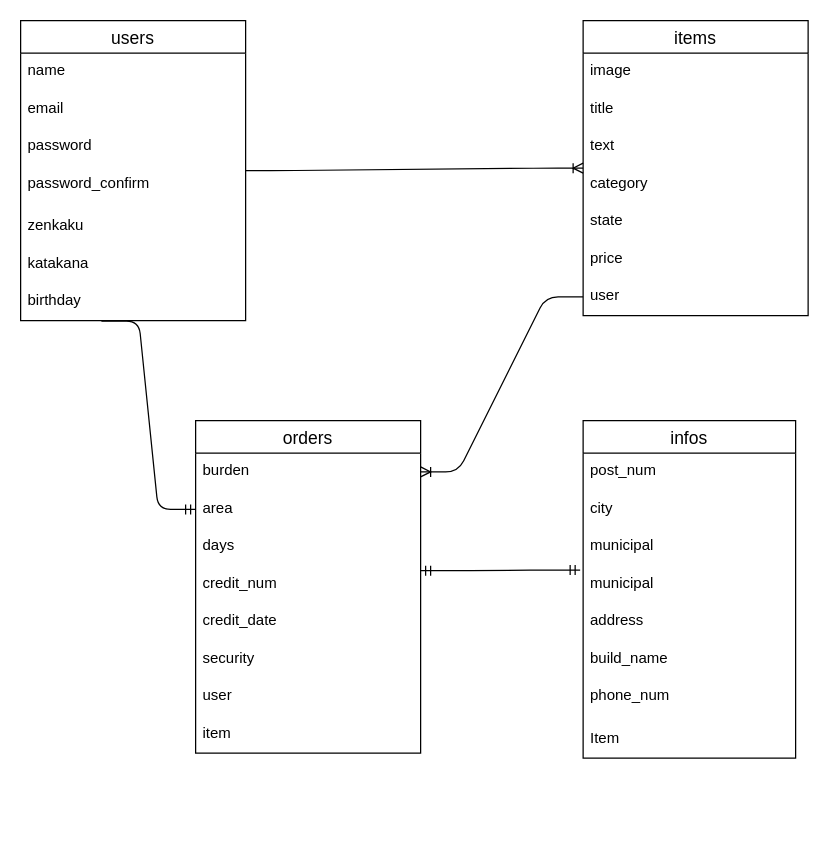
This is test.dio from fmnature/furima-33540, a draw.io file, before an edit. Source tidied: cells renumbered, new cells numbered last; positions are measured from the earlier drawing's top-left corner, leaving out a move shared by most shapes. Both pictures are drawn from the tidied source at 125%, with x=0, y=0 at pixel (20, 20).
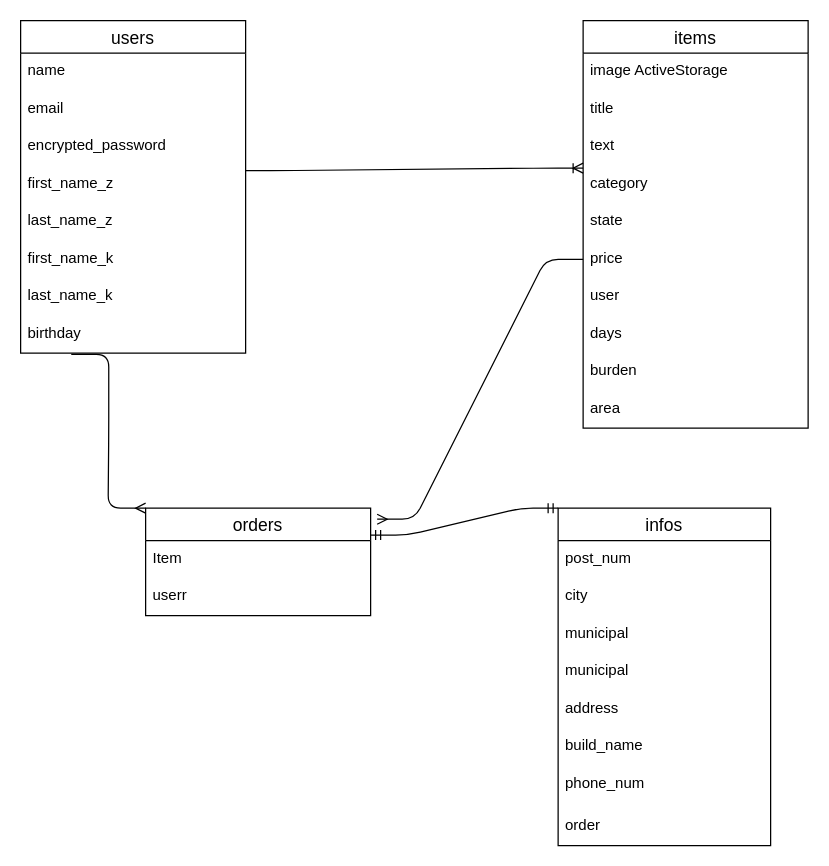
The same page after the edit.

Commit message (it also covers changes not shown here):
データベース修正１

Unchanged cells that the change refers to:
```xml
<mxCell id="8" value="price" style="text;strokeColor=none;fillColor=none;spacingLeft=4;spacingRight=4;overflow=hidden;points=[[0,0.5],[1,0.5]];portConstraint=eastwest;fontSize=12;" parent="2" vertex="1">
  <mxGeometry y="176" width="180" height="30" as="geometry" />
</mxCell>
<mxCell id="31" value="municipal" style="text;strokeColor=none;fillColor=none;spacingLeft=4;spacingRight=4;overflow=hidden;points=[[0,0.5],[1,0.5]];portConstraint=eastwest;fontSize=12;" parent="27" vertex="1">
  <mxGeometry y="116" width="170" height="30" as="geometry" />
</mxCell>
```

The edit, as a diff of the source:
```diff
@@
     <mxCell id="2" value="items" style="swimlane;fontStyle=0;horizontal=1;startSize=26;align=center;fontSize=14;" parent="1" vertex="1">
-      <mxGeometry x="450" width="180" height="236" as="geometry" />
+      <mxGeometry x="450" width="180" height="326" as="geometry" />
     </mxCell>
-    <mxCell id="3" value="image" style="text;strokeColor=none;fillColor=none;spacingLeft=4;spacingRight=4;overflow=hidden;fontSize=12;" parent="2" vertex="1">
+    <mxCell id="3" value="image ActiveStorage" style="text;strokeColor=none;fillColor=none;spacingLeft=4;spacingRight=4;overflow=hidden;fontSize=12;" parent="2" vertex="1">
       <mxGeometry y="26" width="180" height="30" as="geometry" />
     </mxCell>
@@
-    <mxCell id="9" value="user" style="text;strokeColor=none;fillColor=none;spacingLeft=4;spacingRight=4;overflow=hidden;points=[[0,0.5],[1,0.5]];portConstraint=eastwest;fontSize=12;" parent="2" vertex="1">
-      <mxGeometry y="206" width="180" height="30" as="geometry" />
-    </mxCell>
+    <mxCell id="25" value="user" style="text;strokeColor=none;fillColor=none;spacingLeft=4;spacingRight=4;overflow=hidden;fontSize=12;" parent="2" vertex="1">
+      <mxGeometry y="206" width="180" height="30" as="geometry" />
+    </mxCell>
+    <mxCell id="21" value="days" style="text;strokeColor=none;fillColor=none;spacingLeft=4;spacingRight=4;overflow=hidden;fontSize=12;" parent="2" vertex="1">
+      <mxGeometry y="236" width="180" height="30" as="geometry" />
+    </mxCell>
+    <mxCell id="19" value="burden" style="text;strokeColor=none;fillColor=none;spacingLeft=4;spacingRight=4;overflow=hidden;points=[[0,0.5],[1,0.5]];portConstraint=eastwest;fontSize=12;" parent="2" vertex="1">
+      <mxGeometry y="266" width="180" height="30" as="geometry" />
+    </mxCell>
+    <mxCell id="20" value="area" style="text;strokeColor=none;fillColor=none;spacingLeft=4;spacingRight=4;overflow=hidden;points=[[0,0.5],[1,0.5]];portConstraint=eastwest;fontSize=12;" parent="2" vertex="1">
+      <mxGeometry y="296" width="180" height="30" as="geometry" />
+    </mxCell>
     <mxCell id="10" value="users" style="swimlane;fontStyle=0;horizontal=1;startSize=26;align=center;fontSize=14;" parent="1" vertex="1">
-      <mxGeometry width="180" height="240" as="geometry" />
+      <mxGeometry width="180" height="266" as="geometry" />
     </mxCell>
@@
-    <mxCell id="13" value="password" style="text;strokeColor=none;fillColor=none;spacingLeft=4;spacingRight=4;overflow=hidden;fontSize=12;" parent="10" vertex="1">
+    <mxCell id="13" value="encrypted_password" style="text;strokeColor=none;fillColor=none;spacingLeft=4;spacingRight=4;overflow=hidden;fontSize=12;" parent="10" vertex="1">
       <mxGeometry y="86" width="180" height="30" as="geometry" />
     </mxCell>
-    <mxCell id="14" value="password_confirm" style="text;strokeColor=none;fillColor=none;spacingLeft=4;spacingRight=4;overflow=hidden;fontSize=12;" parent="10" vertex="1">
-      <mxGeometry y="116" width="180" height="34" as="geometry" />
-    </mxCell>
-    <mxCell id="15" value="zenkaku" style="text;strokeColor=none;fillColor=none;spacingLeft=4;spacingRight=4;overflow=hidden;fontSize=12;" parent="10" vertex="1">
-      <mxGeometry y="150" width="180" height="30" as="geometry" />
+    <mxCell id="15" value="first_name_z" style="text;strokeColor=none;fillColor=none;spacingLeft=4;spacingRight=4;overflow=hidden;fontSize=12;" parent="10" vertex="1">
+      <mxGeometry y="116" width="180" height="30" as="geometry" />
     </mxCell>
-    <mxCell id="16" value="katakana" style="text;strokeColor=none;fillColor=none;spacingLeft=4;spacingRight=4;overflow=hidden;fontSize=12;" parent="10" vertex="1">
-      <mxGeometry y="180" width="180" height="30" as="geometry" />
-    </mxCell>
+    <mxCell id="40" value="last_name_z" style="text;strokeColor=none;fillColor=none;spacingLeft=4;spacingRight=4;overflow=hidden;fontSize=12;" parent="10" vertex="1">
+      <mxGeometry y="146" width="180" height="30" as="geometry" />
+    </mxCell>
+    <mxCell id="41" value="first_name_k" style="text;strokeColor=none;fillColor=none;spacingLeft=4;spacingRight=4;overflow=hidden;fontSize=12;" parent="10" vertex="1">
+      <mxGeometry y="176" width="180" height="30" as="geometry" />
+    </mxCell>
+    <mxCell id="42" value="last_name_k" style="text;strokeColor=none;fillColor=none;spacingLeft=4;spacingRight=4;overflow=hidden;fontSize=12;" parent="10" vertex="1">
+      <mxGeometry y="206" width="180" height="30" as="geometry" />
+    </mxCell>
     <mxCell id="17" value="birthday" style="text;strokeColor=none;fillColor=none;spacingLeft=4;spacingRight=4;overflow=hidden;points=[[0,0.5],[1,0.5]];portConstraint=eastwest;fontSize=12;" parent="10" vertex="1">
-      <mxGeometry y="210" width="180" height="30" as="geometry" />
+      <mxGeometry y="236" width="180" height="30" as="geometry" />
     </mxCell>
     <mxCell id="18" value="orders" style="swimlane;fontStyle=0;horizontal=1;startSize=26;align=center;fontSize=14;" parent="1" vertex="1">
-      <mxGeometry x="140" y="320" width="180" height="266" as="geometry" />
+      <mxGeometry x="100" y="390" width="180" height="86" as="geometry" />
     </mxCell>
-    <mxCell id="19" value="burden" style="text;strokeColor=none;fillColor=none;spacingLeft=4;spacingRight=4;overflow=hidden;points=[[0,0.5],[1,0.5]];portConstraint=eastwest;fontSize=12;" parent="18" vertex="1">
-      <mxGeometry y="26" width="180" height="30" as="geometry" />
-    </mxCell>
-    <mxCell id="20" value="area" style="text;strokeColor=none;fillColor=none;spacingLeft=4;spacingRight=4;overflow=hidden;points=[[0,0.5],[1,0.5]];portConstraint=eastwest;fontSize=12;" parent="18" vertex="1">
-      <mxGeometry y="56" width="180" height="30" as="geometry" />
-    </mxCell>
-    <mxCell id="21" value="days" style="text;strokeColor=none;fillColor=none;spacingLeft=4;spacingRight=4;overflow=hidden;fontSize=12;" parent="18" vertex="1">
-      <mxGeometry y="86" width="180" height="30" as="geometry" />
-    </mxCell>
-    <mxCell id="22" value="credit_num" style="text;strokeColor=none;fillColor=none;spacingLeft=4;spacingRight=4;overflow=hidden;fontSize=12;" parent="18" vertex="1">
-      <mxGeometry y="116" width="180" height="30" as="geometry" />
-    </mxCell>
-    <mxCell id="23" value="credit_date" style="text;strokeColor=none;fillColor=none;spacingLeft=4;spacingRight=4;overflow=hidden;fontSize=12;" parent="18" vertex="1">
-      <mxGeometry y="146" width="180" height="30" as="geometry" />
-    </mxCell>
-    <mxCell id="24" value="security" style="text;strokeColor=none;fillColor=none;spacingLeft=4;spacingRight=4;overflow=hidden;fontSize=12;" parent="18" vertex="1">
-      <mxGeometry y="176" width="180" height="30" as="geometry" />
-    </mxCell>
-    <mxCell id="25" value="user" style="text;strokeColor=none;fillColor=none;spacingLeft=4;spacingRight=4;overflow=hidden;fontSize=12;" parent="18" vertex="1">
-      <mxGeometry y="206" width="180" height="30" as="geometry" />
-    </mxCell>
+    <mxCell id="43" value="Item" style="text;strokeColor=none;fillColor=none;spacingLeft=4;spacingRight=4;overflow=hidden;fontSize=12;" parent="18" vertex="1">
+      <mxGeometry y="26" width="180" height="30" as="geometry" />
+    </mxCell>
-    <mxCell id="26" value="item" style="text;strokeColor=none;fillColor=none;spacingLeft=4;spacingRight=4;overflow=hidden;fontSize=12;" parent="18" vertex="1">
-      <mxGeometry y="236" width="180" height="30" as="geometry" />
+    <mxCell id="26" value="userr" style="text;strokeColor=none;fillColor=none;spacingLeft=4;spacingRight=4;overflow=hidden;fontSize=12;" parent="18" vertex="1">
+      <mxGeometry y="56" width="180" height="30" as="geometry" />
     </mxCell>
     <mxCell id="27" value="infos" style="swimlane;fontStyle=0;horizontal=1;startSize=26;align=center;fontSize=14;" parent="1" vertex="1">
-      <mxGeometry x="450" y="320" width="170" height="270" as="geometry" />
+      <mxGeometry x="430" y="390" width="170" height="270" as="geometry" />
     </mxCell>
@@
-    <mxCell id="35" value="Item" style="text;strokeColor=none;fillColor=none;spacingLeft=4;spacingRight=4;overflow=hidden;fontSize=12;" parent="27" vertex="1">
+    <mxCell id="35" value="order" style="text;strokeColor=none;fillColor=none;spacingLeft=4;spacingRight=4;overflow=hidden;fontSize=12;" parent="27" vertex="1">
       <mxGeometry y="240" width="170" height="30" as="geometry" />
     </mxCell>
-    <mxCell id="36" style="edgeStyle=entityRelationEdgeStyle;fontSize=12;html=1;endArrow=ERmandOne;startArrow=ERmandOne;entryX=-0.014;entryY=0.119;entryDx=0;entryDy=0;entryPerimeter=0;" parent="1" edge="1" target="31">
-      <mxGeometry relative="1" as="geometry">
-        <mxPoint x="320" y="440" as="sourcePoint" />
-      </mxGeometry>
-    </mxCell>
@@
-    <mxCell id="38" style="edgeStyle=entityRelationEdgeStyle;fontSize=12;html=1;endArrow=ERoneToMany;exitX=0;exitY=0.5;exitDx=0;exitDy=0;entryX=1;entryY=0.5;entryDx=0;entryDy=0;" parent="1" edge="1" source="9" target="19">
-      <mxGeometry relative="1" as="geometry" />
-    </mxCell>
-    <mxCell id="39" style="edgeStyle=entityRelationEdgeStyle;fontSize=12;html=1;endArrow=ERmandOne;exitX=0.359;exitY=1.011;exitDx=0;exitDy=0;exitPerimeter=0;entryX=0;entryY=0.5;entryDx=0;entryDy=0;" parent="1" edge="1" source="17" target="20">
-      <mxGeometry relative="1" as="geometry" />
-    </mxCell>
+    <mxCell id="44" style="edgeStyle=entityRelationEdgeStyle;fontSize=12;html=1;endArrow=ERmany;exitX=0.225;exitY=1.035;exitDx=0;exitDy=0;exitPerimeter=0;entryX=0;entryY=0;entryDx=0;entryDy=0;" parent="1" edge="1" source="17" target="18">
+      <mxGeometry relative="1" as="geometry" />
+    </mxCell>
+    <mxCell id="45" style="edgeStyle=entityRelationEdgeStyle;fontSize=12;html=1;endArrow=ERmandOne;startArrow=ERmandOne;exitX=1;exitY=0.25;exitDx=0;exitDy=0;entryX=0;entryY=0;entryDx=0;entryDy=0;" parent="1" edge="1" source="18" target="27">
+      <mxGeometry relative="1" as="geometry" />
+    </mxCell>
+    <mxCell id="46" style="edgeStyle=entityRelationEdgeStyle;fontSize=12;html=1;endArrow=ERmany;exitX=0;exitY=0.5;exitDx=0;exitDy=0;entryX=1.029;entryY=0.103;entryDx=0;entryDy=0;entryPerimeter=0;" parent="1" edge="1" source="8" target="18">
+      <mxGeometry relative="1" as="geometry" />
+    </mxCell>
```
